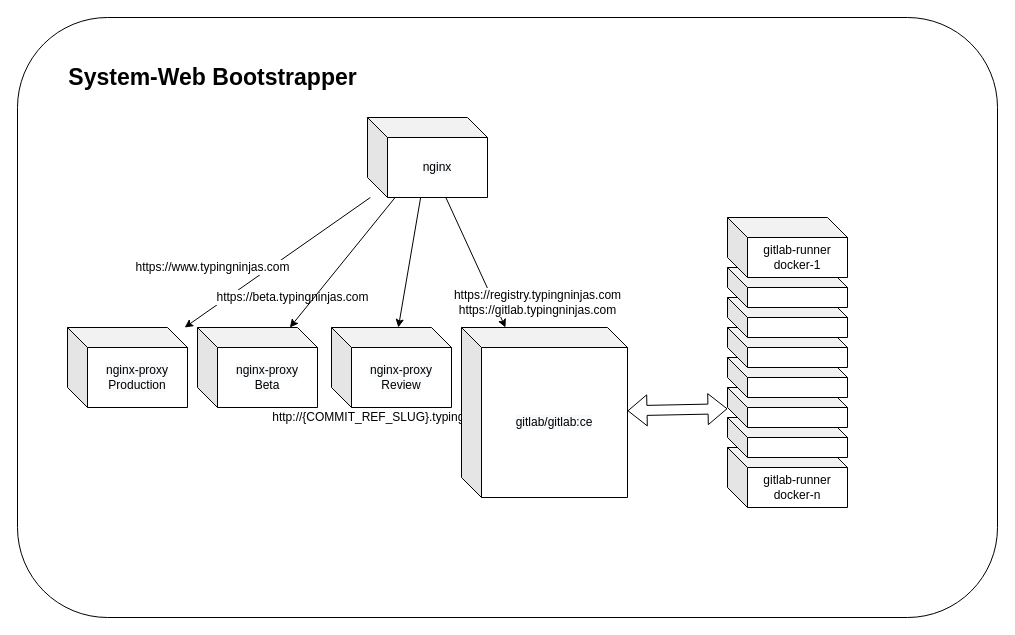
The draw.io diagram overview.drawio in kihyoun/system, before the edit. Source tidied: cells renumbered, new cells numbered last; positions are measured from the earlier drawing's top-left corner, leaving out a move shared by most shapes. Both pictures are drawn from the tidied source at 100%, with x=0, y=0 at pixel (17, 17).
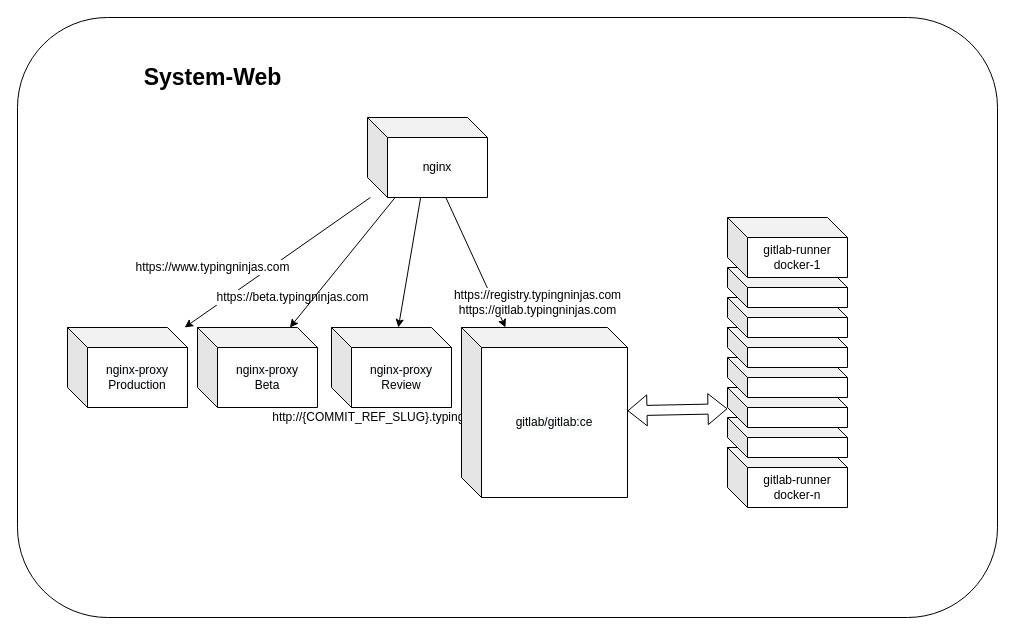
The same page after the edit.

Diff of the diagram source:
```diff
@@
-    <mxCell id="25" value="&lt;span style=&quot;font-size: 23px&quot;&gt;&lt;b&gt;System-Web Bootstrapper&lt;/b&gt;&lt;/span&gt;" style="text;html=1;align=center;verticalAlign=middle;" parent="1" vertex="1">
-      <mxGeometry x="45" y="50" width="300" height="20" as="geometry" />
+    <mxCell id="25" value="&lt;span style=&quot;font-size: 23px&quot;&gt;&lt;b&gt;System-Web&lt;/b&gt;&lt;/span&gt;" style="text;html=1;align=center;verticalAlign=middle;" parent="1" vertex="1">
+      <mxGeometry x="120" y="50" width="150" height="20" as="geometry" />
     </mxCell>
```
